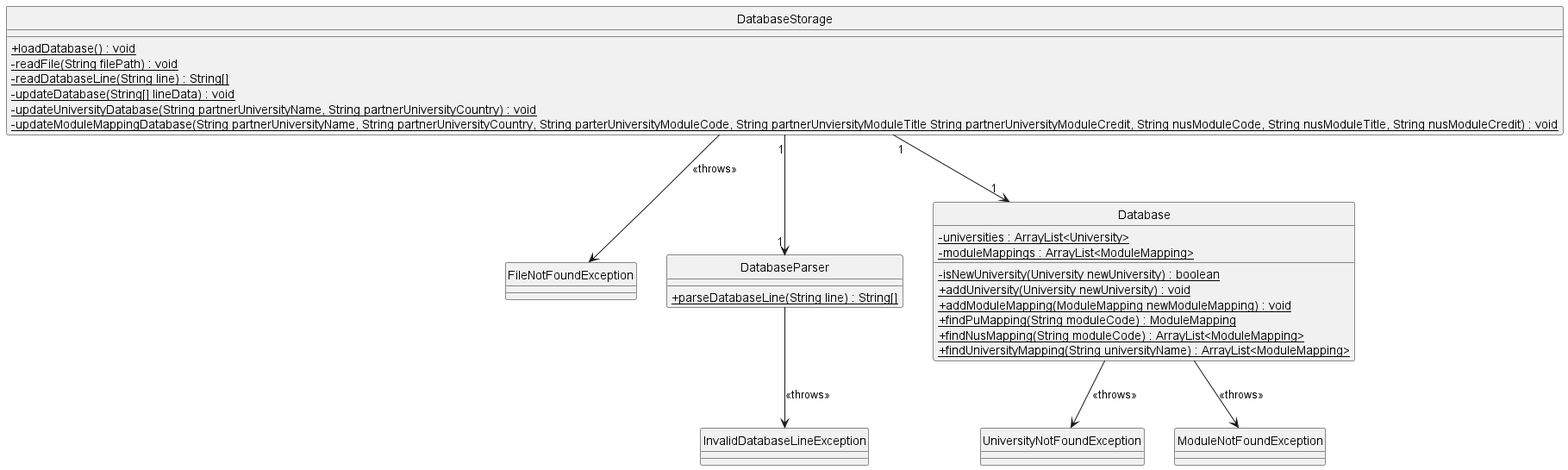
Earlier version of the PlantUML export docs/images/Database_Class.png (nus-cs2113-AY2223S1/tp).
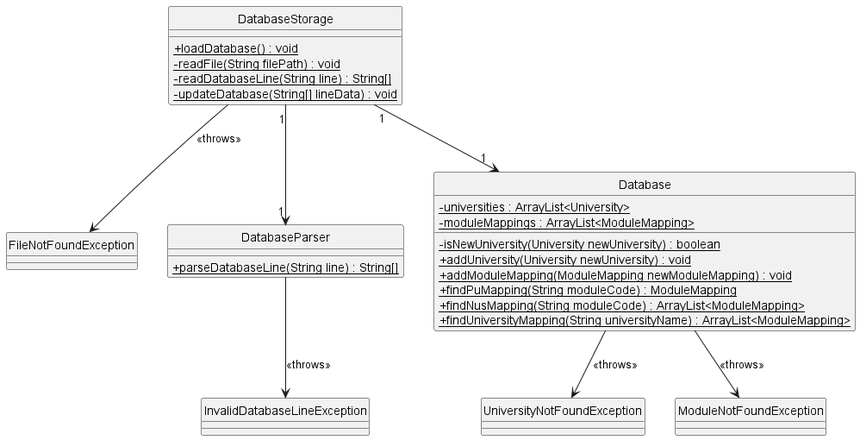
After the commit.

Commit message:
Simplify database class diagram

Change to the diagram source:
```diff
@@ -1,4 +1,5 @@
 @startuml
+
 hide circle
 skinparam classAttributeIconSize 0
 
@@ -7,8 +8,6 @@
     {static} - readFile(String filePath) : void
     {static} - readDatabaseLine(String line) : String[]
     {static} - updateDatabase(String[] lineData) : void
-    {static} - updateUniversityDatabase(String partnerUniversityName, String partnerUniversityCountry) : void
-    {static} - updateModuleMappingDatabase(String partnerUniversityName, String partnerUniversityCountry, String parterUniversityModuleCode, String partnerUnviersityModuleTitle String partnerUniversityModuleCredit, String nusModuleCode, String nusModuleTitle, String nusModuleCredit) : void
 }
 
 class FileNotFoundException {
```
